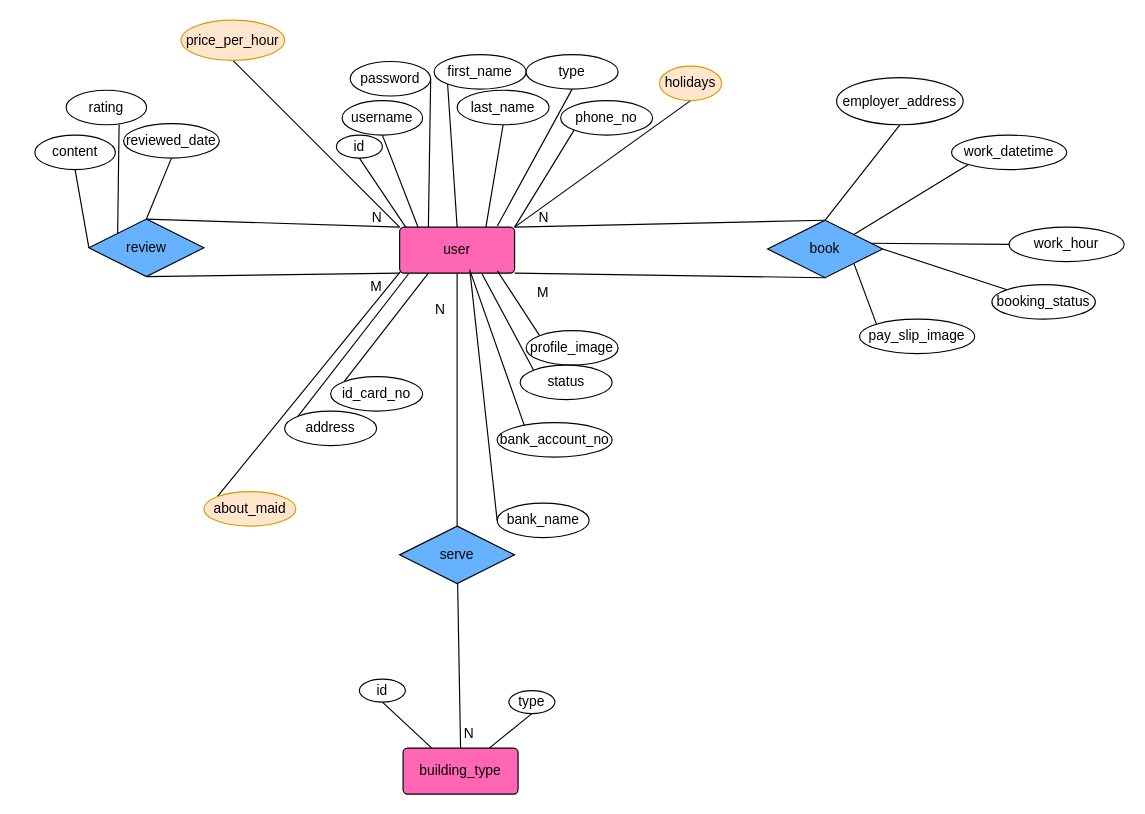
This is schema-designed/ERD_MAID_PRO_V2.drawio from markkizz/CC4-Maid-pro, a draw.io file, before an edit. Source tidied: cells renumbered, new cells numbered last; positions are measured from the earlier drawing's top-left corner, leaving out a move shared by most shapes. Both pictures are drawn from the tidied source at 115%, with x=0, y=0 at pixel (34, 20).
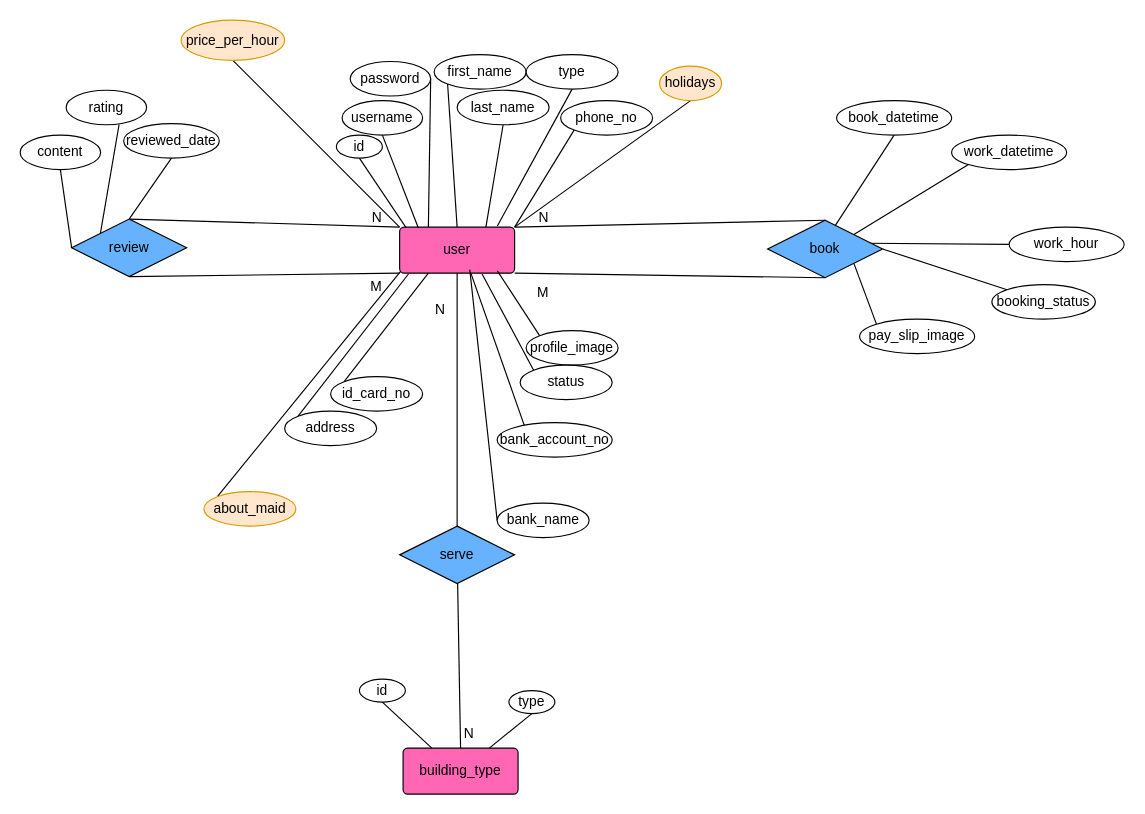
Above is the later version.

The change refers to these unchanged cells:
```xml
<mxCell id="11" value="book" style="shape=rhombus;perimeter=rhombusPerimeter;whiteSpace=wrap;html=1;align=center;fillColor=#66B2FF;" parent="1" vertex="1">
  <mxGeometry x="637" y="174" width="100" height="50" as="geometry" />
</mxCell>
```

Diff of the diagram source:
```diff
@@
-    <mxCell id="7" style="edgeStyle=none;rounded=0;jettySize=auto;html=1;exitX=0.5;exitY=0;exitDx=0;exitDy=0;entryX=0.5;entryY=1;entryDx=0;entryDy=0;arrowStyle=none;endArrow=none;endFill=0;" parent="1" edge="1" source="11" target="15">
-      <mxGeometry relative="1" as="geometry" />
-    </mxCell>
@@
-    <mxCell id="15" value="employer_address" style="ellipse;whiteSpace=wrap;html=1;align=center;" parent="1" vertex="1">
-      <mxGeometry x="697" y="50" width="110" height="41" as="geometry" />
-    </mxCell>
@@
     <mxCell id="19" value="review" style="shape=rhombus;perimeter=rhombusPerimeter;whiteSpace=wrap;html=1;align=center;fillColor=#66B2FF;" parent="1" vertex="1">
-      <mxGeometry x="46.8" y="173" width="100" height="50" as="geometry" />
+      <mxGeometry x="31.8" y="173" width="100" height="50" as="geometry" />
     </mxCell>
@@
     <mxCell id="66" value="content" style="ellipse;whiteSpace=wrap;html=1;align=center;" parent="1" vertex="1">
-      <mxGeometry x="-0.2" y="100" width="70" height="30" as="geometry" />
+      <mxGeometry x="-13" y="100" width="70" height="30" as="geometry" />
     </mxCell>
@@
+    <mxCell id="72" style="edgeStyle=none;rounded=0;jettySize=auto;html=1;exitX=0.5;exitY=1;exitDx=0;exitDy=0;entryX=0.589;entryY=0.089;entryDx=0;entryDy=0;entryPerimeter=0;endArrow=none;endFill=0;" parent="1" edge="1" source="73" target="11">
+      <mxGeometry relative="1" as="geometry" />
+    </mxCell>
+    <mxCell id="73" value="book_datetime" style="ellipse;whiteSpace=wrap;html=1;align=center;" parent="1" vertex="1">
+      <mxGeometry x="697" y="70" width="100" height="30" as="geometry" />
+    </mxCell>
```
